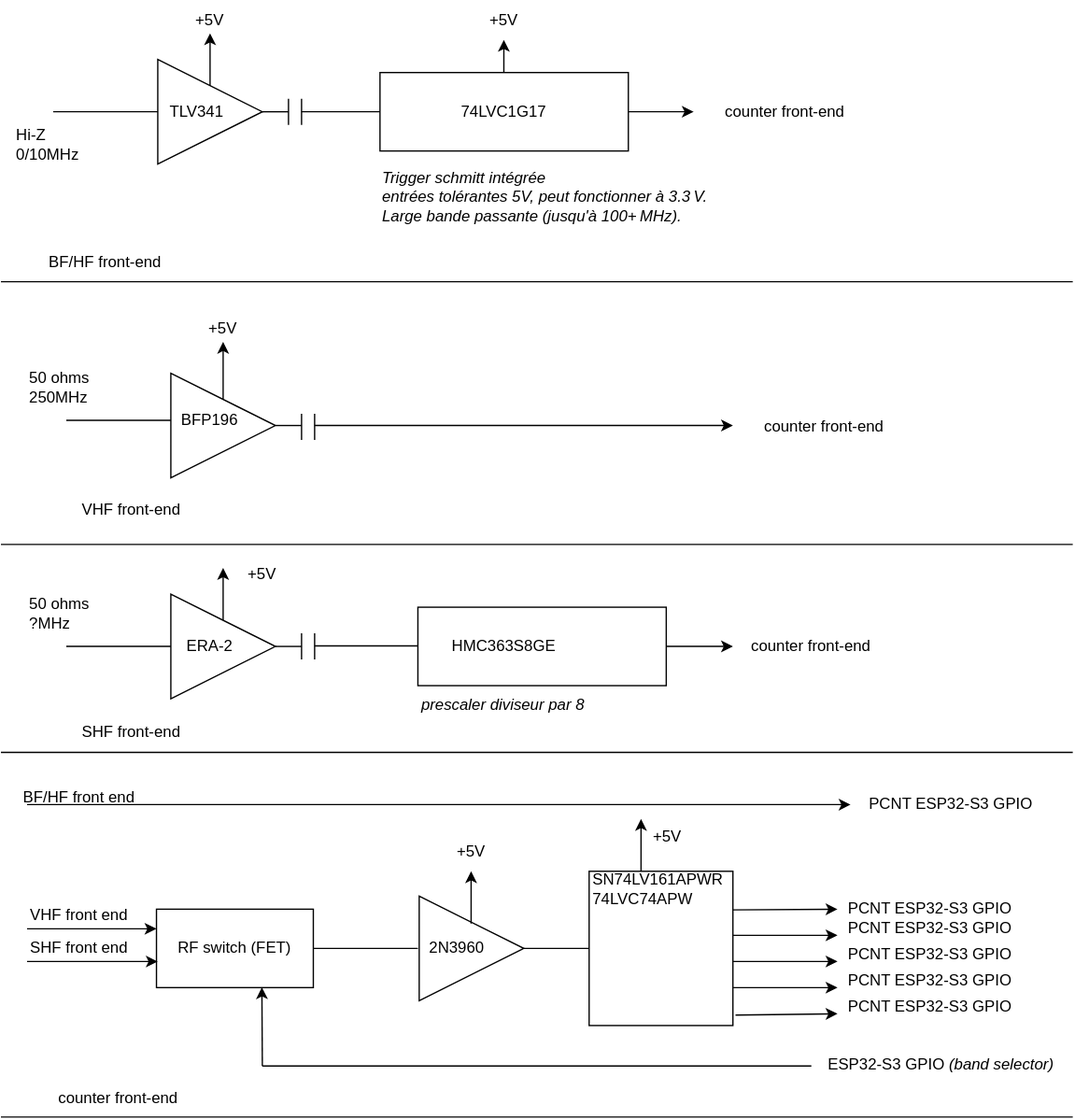
The draw.io diagram doc/Rf-Test-BJH/rf-freq-archi.drawio.svg in f4bjh/Rf-Test-BJH, before a commit. Source tidied: cells renumbered, new cells last; positions are measured from the earlier drawing's top-left corner, leaving out a move shared by most shapes.
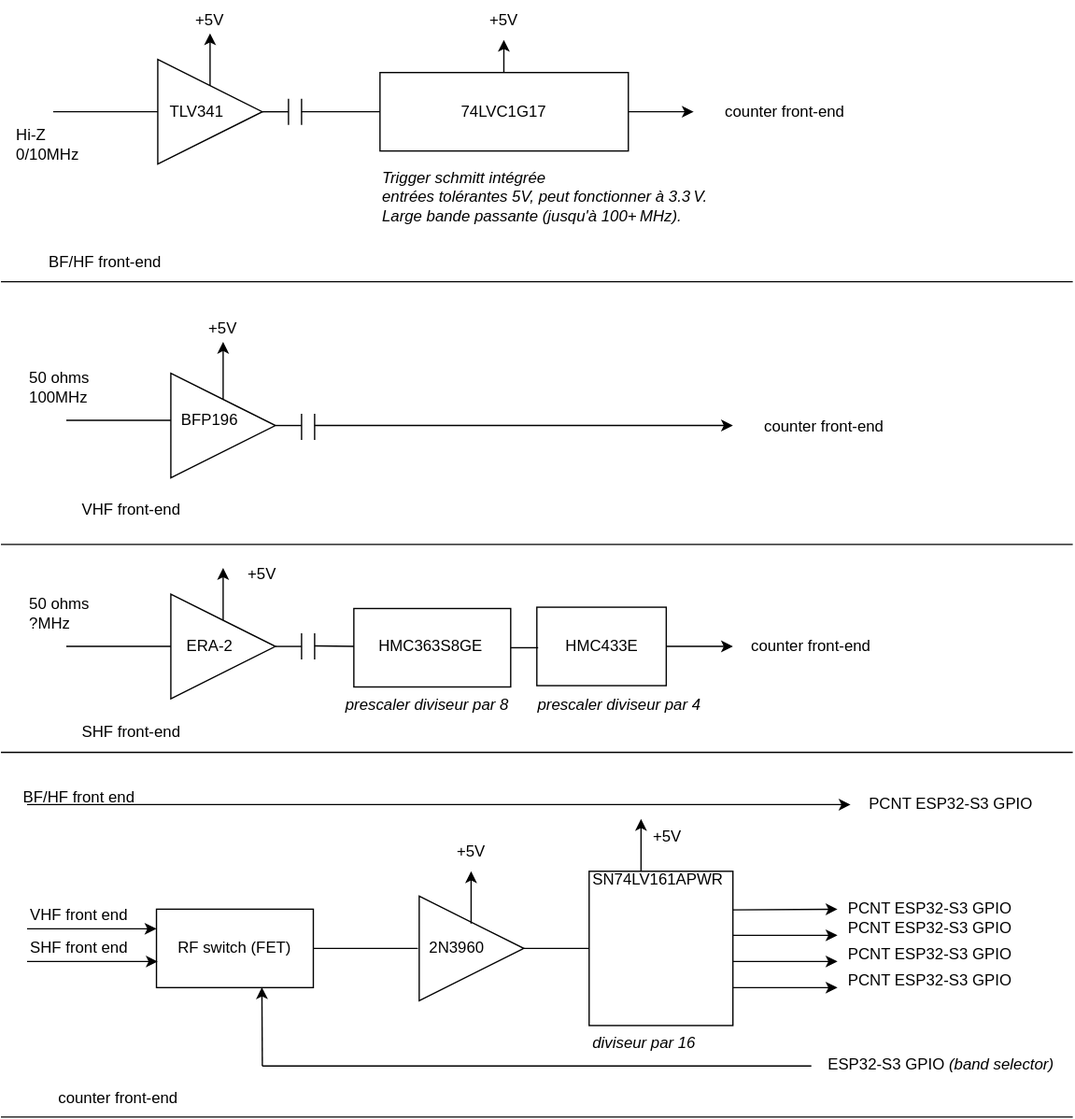
After the commit.

Commit message:
108 - update frequencymeter hw architecture

The edit, as a diff of the source:
```diff
@@ -2,6 +2,9 @@
   <root>
     <mxCell id="0" />
     <mxCell id="1" parent="0" />
+    <mxCell id="87" style="rounded=0;whiteSpace=wrap;html=1;" parent="1" vertex="1">
+      <mxGeometry x="270" y="465" width="120" height="60" as="geometry" />
+    </mxCell>
     <mxCell id="2" style="endArrow=none;html=1;rounded=0;" parent="1" edge="1">
       <mxGeometry relative="1" as="geometry">
         <mxPoint y="215" as="sourcePoint" />
@@ -127,7 +130,7 @@
         <mxPoint x="130" y="321" as="targetPoint" />
       </mxGeometry>
     </mxCell>
-    <mxCell id="32" value="50 ohms&lt;div&gt;250MHz&lt;/div&gt;" style="text;html=1;align=left;verticalAlign=middle;whiteSpace=wrap;rounded=0;" parent="1" vertex="1">
+    <mxCell id="32" value="50 ohms&lt;div&gt;100MHz&lt;/div&gt;" style="text;html=1;align=left;verticalAlign=middle;whiteSpace=wrap;rounded=0;" parent="1" vertex="1">
       <mxGeometry x="20" y="281" width="60" height="30" as="geometry" />
     </mxCell>
     <mxCell id="33" style="endArrow=none;html=1;rounded=0;" parent="1" edge="1">
@@ -179,7 +182,7 @@
     <mxCell id="43" style="endArrow=none;html=1;rounded=0;" parent="1" edge="1">
       <mxGeometry relative="1" as="geometry">
         <mxPoint x="240" y="493.6" as="sourcePoint" />
-        <mxPoint x="320" y="493.6" as="targetPoint" />
+        <mxPoint x="270" y="494" as="targetPoint" />
       </mxGeometry>
     </mxCell>
     <mxCell id="44" value="50 ohms&lt;div&gt;?MHz&lt;/div&gt;" style="text;html=1;align=left;verticalAlign=middle;whiteSpace=wrap;rounded=0;" parent="1" vertex="1">
@@ -189,13 +192,13 @@
       <mxGeometry x="170" y="424" width="60" height="30" as="geometry" />
     </mxCell>
     <mxCell id="46" style="rounded=0;whiteSpace=wrap;html=1;" parent="1" vertex="1">
-      <mxGeometry x="319" y="464" width="190" height="60" as="geometry" />
+      <mxGeometry x="410" y="464" width="99" height="60" as="geometry" />
     </mxCell>
-    <mxCell id="47" value="HMC363S8GE" style="text;html=1;align=center;verticalAlign=middle;whiteSpace=wrap;rounded=0;" parent="1" vertex="1">
-      <mxGeometry x="354.8" y="479" width="60" height="30" as="geometry" />
+    <mxCell id="47" value="HMC433E" style="text;html=1;align=center;verticalAlign=middle;whiteSpace=wrap;rounded=0;" parent="1" vertex="1">
+      <mxGeometry x="429.5" y="479" width="60" height="30" as="geometry" />
     </mxCell>
-    <mxCell id="48" value="&lt;i&gt;prescaler diviseur par 8&lt;/i&gt;" style="text;whiteSpace=wrap;html=1;" parent="1" vertex="1">
-      <mxGeometry x="320" y="525" width="160" height="20" as="geometry" />
+    <mxCell id="48" value="&lt;i&gt;prescaler diviseur par 4&lt;/i&gt;" style="text;whiteSpace=wrap;html=1;" parent="1" vertex="1">
+      <mxGeometry x="409" y="525" width="160" height="20" as="geometry" />
     </mxCell>
     <mxCell id="49" style="endArrow=classic;html=1;rounded=0;" parent="1" edge="1">
       <mxGeometry relative="1" as="geometry">
@@ -329,11 +332,6 @@
         <mxPoint x="640" y="755" as="targetPoint" />
       </mxGeometry>
     </mxCell>
-    <mxCell id="80" style="endArrow=classic;html=1;rounded=0;exitX=1.018;exitY=0.932;exitDx=0;exitDy=0;exitPerimeter=0;" parent="1" edge="1" source="70">
-      <mxGeometry relative="1" as="geometry">
-        <mxPoint x="640" y="775" as="targetPoint" />
-      </mxGeometry>
-    </mxCell>
     <mxCell id="81" value="PCNT ESP32-S3 GPIO" style="text;html=1;align=center;verticalAlign=middle;whiteSpace=wrap;rounded=0;" parent="1" vertex="1">
       <mxGeometry x="631" y="680" width="160" height="30" as="geometry" />
     </mxCell>
@@ -346,11 +344,23 @@
     <mxCell id="84" value="PCNT ESP32-S3 GPIO" style="text;html=1;align=center;verticalAlign=middle;whiteSpace=wrap;rounded=0;" parent="1" vertex="1">
       <mxGeometry x="631" y="735" width="160" height="30" as="geometry" />
     </mxCell>
-    <mxCell id="85" value="PCNT ESP32-S3 GPIO" style="text;html=1;align=center;verticalAlign=middle;whiteSpace=wrap;rounded=0;" parent="1" vertex="1">
-      <mxGeometry x="631" y="755" width="160" height="30" as="geometry" />
-    </mxCell>
-    <mxCell id="86" value="SN74LV161APWR&lt;div&gt;74LVC74APW&lt;/div&gt;" style="text;html=1;align=left;verticalAlign=middle;whiteSpace=wrap;rounded=0;" parent="1" vertex="1">
+    <mxCell id="86" value="SN74LV161APWR&lt;div&gt;&lt;br&gt;&lt;/div&gt;" style="text;html=1;align=left;verticalAlign=middle;whiteSpace=wrap;rounded=0;" parent="1" vertex="1">
       <mxGeometry x="451" y="665" width="109" height="30" as="geometry" />
     </mxCell>
+    <mxCell id="88" value="&lt;i&gt;diviseur par 16&lt;/i&gt;" style="text;whiteSpace=wrap;html=1;" parent="1" vertex="1">
+      <mxGeometry x="451" y="784" width="160" height="20" as="geometry" />
+    </mxCell>
+    <mxCell id="89" value="HMC363S8GE" style="text;html=1;align=center;verticalAlign=middle;whiteSpace=wrap;rounded=0;" parent="1" vertex="1">
+      <mxGeometry x="299" y="479" width="60" height="30" as="geometry" />
+    </mxCell>
+    <mxCell id="90" value="&lt;i&gt;prescaler diviseur par 8&lt;/i&gt;" style="text;whiteSpace=wrap;html=1;" parent="1" vertex="1">
+      <mxGeometry x="262" y="525" width="160" height="20" as="geometry" />
+    </mxCell>
+    <mxCell id="91" style="endArrow=none;html=1;rounded=0;" parent="1" edge="1">
+      <mxGeometry relative="1" as="geometry">
+        <mxPoint x="390" y="495" as="sourcePoint" />
+        <mxPoint x="411" y="495" as="targetPoint" />
+      </mxGeometry>
+    </mxCell>
   </root>
 </mxGraphModel>
```
